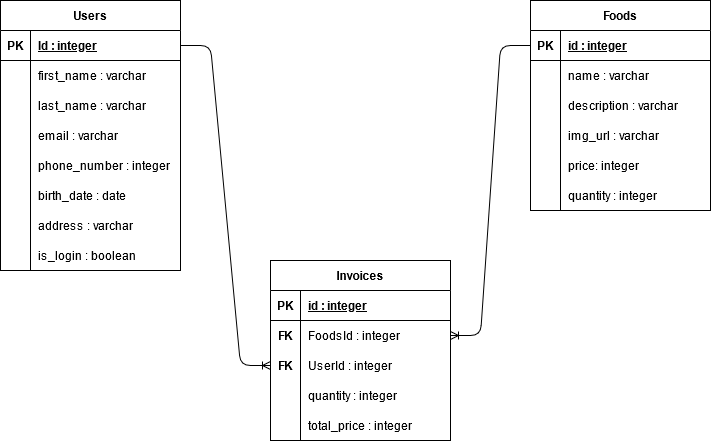
This is assets/simple_restaurant.png from 039710/Bakmi_Polim, a draw.io export, as it was before one commit. Source tidied: cells renumbered, new cells last; positions are measured from the earlier drawing's top-left corner, leaving out a move shared by most shapes.
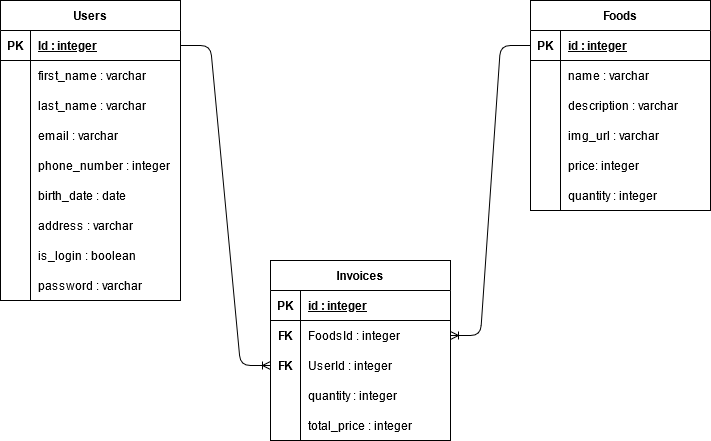
The same diagram one commit later.

What changed in the source:
```diff
@@ -3,7 +3,7 @@
     <mxCell id="0" />
     <mxCell id="1" parent="0" />
     <mxCell id="2" value="Users" style="shape=table;startSize=30;rowLines=0;fontStyle=1;align=center;" parent="1" vertex="1">
-      <mxGeometry width="180" height="270" as="geometry" />
+      <mxGeometry width="180" height="300" as="geometry" />
     </mxCell>
     <mxCell id="3" style="shape=partialRectangle;fillColor=none;top=0;left=0;bottom=1;right=0;points=[[0,0.5],[1,0.5]];portConstraint=eastwest;" parent="2" vertex="1">
       <mxGeometry y="30" width="180" height="30" as="geometry" />
@@ -77,6 +77,15 @@
     <mxCell id="26" value="is_login : boolean" style="shape=partialRectangle;fillColor=none;top=0;left=0;bottom=0;right=0;align=left;spacingLeft=6;overflow=hidden;" parent="24" vertex="1">
       <mxGeometry x="30" width="150" height="30" as="geometry" />
     </mxCell>
+    <mxCell id="64" style="shape=partialRectangle;fillColor=none;top=0;left=0;bottom=0;right=0;" parent="2" vertex="1">
+      <mxGeometry y="270" width="180" height="30" as="geometry" />
+    </mxCell>
+    <mxCell id="65" style="shape=partialRectangle;fillColor=none;top=0;left=0;bottom=0;right=0;overflow=hidden;" parent="64" vertex="1">
+      <mxGeometry width="30" height="30" as="geometry" />
+    </mxCell>
+    <mxCell id="66" value="password : varchar" style="shape=partialRectangle;fillColor=none;top=0;left=0;bottom=0;right=0;align=left;spacingLeft=6;overflow=hidden;" parent="64" vertex="1">
+      <mxGeometry x="30" width="150" height="30" as="geometry" />
+    </mxCell>
     <mxCell id="27" value="Foods" style="shape=table;startSize=30;rowLines=0;fontStyle=1;align=center;" parent="1" vertex="1">
       <mxGeometry x="530" width="180" height="210" as="geometry" />
     </mxCell>
```
